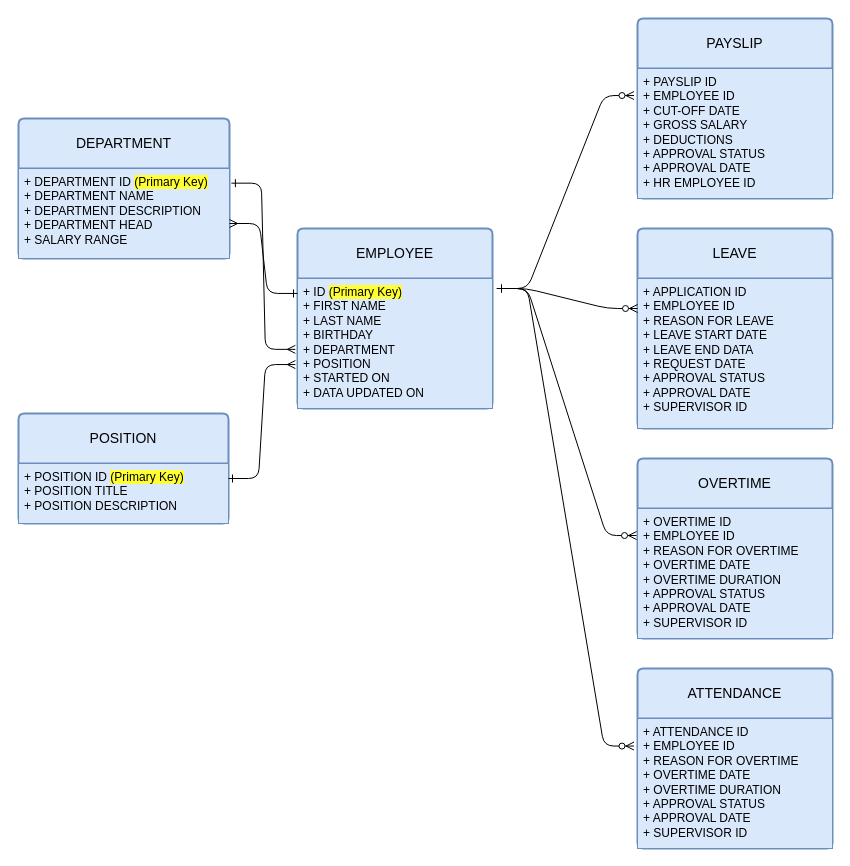
Above: MO-IT107-ERD.drawio in zephyrstorm123/MO-IT107-Worksheet3-ERD (draw.io), before the change. Source tidied: cells renumbered, new cells numbered last; positions are measured from the earlier drawing's top-left corner, leaving out a move shared by most shapes. Both pictures are drawn from the tidied source at 100%, with x=0, y=0 at pixel (-17, 18).
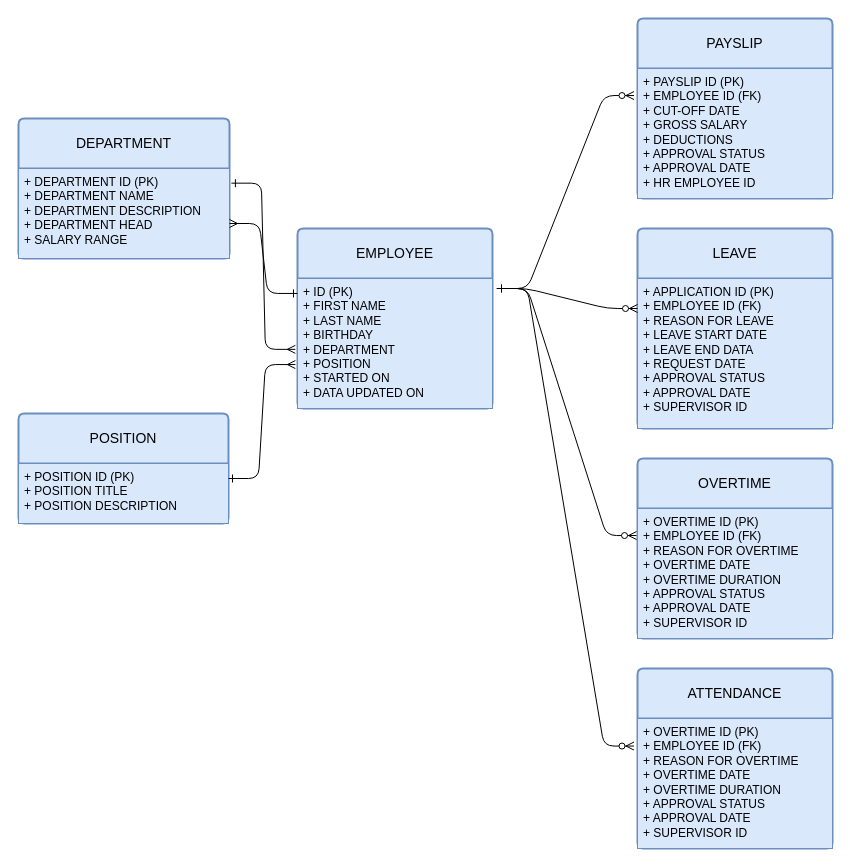
Above is the later version.

The change refers to these unchanged cells:
```xml
<mxCell id="2" value="EMPLOYEE" style="swimlane;horizontal=1;startSize=50;rounded=1;fontSize=14;fontStyle=0;strokeWidth=2;shadow=0;dashed=0;align=center;arcSize=4;whiteSpace=wrap;html=1;fillColor=#dae8fc;strokeColor=#6c8ebf;" parent="1" vertex="1">
  <mxGeometry x="314" y="210" width="195" height="180" as="geometry" />
</mxCell>
<mxCell id="4" value="LEAVE" style="swimlane;horizontal=1;startSize=50;rounded=1;fontSize=14;fontStyle=0;strokeWidth=2;shadow=0;dashed=0;align=center;arcSize=4;whiteSpace=wrap;html=1;fillColor=#dae8fc;strokeColor=#6c8ebf;" parent="1" vertex="1">
  <mxGeometry x="654" y="210" width="195" height="200" as="geometry" />
</mxCell>
<mxCell id="6" value="PAYSLIP" style="swimlane;horizontal=1;startSize=50;rounded=1;fontSize=14;fontStyle=0;strokeWidth=2;shadow=0;dashed=0;align=center;arcSize=4;whiteSpace=wrap;html=1;fillColor=#dae8fc;strokeColor=#6c8ebf;" parent="1" vertex="1">
  <mxGeometry x="654" width="195" height="180" as="geometry" />
</mxCell>
<mxCell id="9" value="OVERTIME" style="swimlane;horizontal=1;startSize=50;rounded=1;fontSize=14;fontStyle=0;strokeWidth=2;shadow=0;dashed=0;align=center;arcSize=4;whiteSpace=wrap;html=1;fillColor=#dae8fc;strokeColor=#6c8ebf;" parent="1" vertex="1">
  <mxGeometry x="654" y="440" width="195" height="180" as="geometry" />
</mxCell>
<mxCell id="11" value="POSITION" style="swimlane;horizontal=1;startSize=50;rounded=1;fontSize=14;fontStyle=0;strokeWidth=2;shadow=0;dashed=0;align=center;arcSize=4;whiteSpace=wrap;html=1;fillColor=#dae8fc;strokeColor=#6c8ebf;" parent="1" vertex="1">
  <mxGeometry x="35" y="395" width="210" height="110" as="geometry" />
</mxCell>
<mxCell id="15" value="DEPARTMENT" style="swimlane;horizontal=1;startSize=50;rounded=1;fontSize=14;fontStyle=0;strokeWidth=2;shadow=0;dashed=0;align=center;arcSize=4;whiteSpace=wrap;html=1;fillColor=#dae8fc;strokeColor=#6c8ebf;" parent="1" vertex="1">
  <mxGeometry x="35" y="100" width="211" height="140" as="geometry" />
</mxCell>
<mxCell id="20" value="ATTENDANCE" style="swimlane;horizontal=1;startSize=50;rounded=1;fontSize=14;fontStyle=0;strokeWidth=2;shadow=0;dashed=0;align=center;arcSize=4;whiteSpace=wrap;html=1;fillColor=#dae8fc;strokeColor=#6c8ebf;" parent="1" vertex="1">
  <mxGeometry x="654" y="650" width="195" height="180" as="geometry" />
</mxCell>
```

What changed in the source:
```diff
@@
-    <mxCell id="3" value="+ ID &lt;span style=&quot;background-color: rgb(255, 255, 51);&quot;&gt;(Primary Key)&lt;/span&gt;&lt;br&gt;+ FIRST NAME&lt;br&gt;+ LAST NAME&lt;br&gt;+ BIRTHDAY&lt;br&gt;+ DEPARTMENT&lt;br&gt;+ POSITION&lt;br&gt;+ STARTED ON&lt;br&gt;+ DATA UPDATED ON" style="align=left;strokeColor=#6c8ebf;fillColor=#dae8fc;spacingLeft=4;fontSize=12;verticalAlign=top;html=1;" parent="2" vertex="1">
+    <mxCell id="3" value="+ ID (PK)&lt;br&gt;+ FIRST NAME&lt;br&gt;+ LAST NAME&lt;br&gt;+ BIRTHDAY&lt;br&gt;+ DEPARTMENT&lt;br&gt;+ POSITION&lt;br&gt;+ STARTED ON&lt;br&gt;+ DATA UPDATED ON" style="align=left;strokeColor=#6c8ebf;fillColor=#dae8fc;spacingLeft=4;fontSize=12;verticalAlign=top;html=1;" parent="2" vertex="1">
       <mxGeometry y="50" width="195" height="130" as="geometry" />
     </mxCell>
@@
-    <mxCell id="5" value="+ APPLICATION ID&lt;br&gt;+ EMPLOYEE ID&lt;br&gt;+ REASON FOR LEAVE&lt;br&gt;+ LEAVE START DATE&lt;br&gt;+ LEAVE END DATA&lt;br&gt;+ REQUEST DATE&lt;br&gt;+ APPROVAL STATUS&lt;br&gt;+ APPROVAL DATE&lt;br&gt;+ SUPERVISOR ID" style="align=left;strokeColor=#6c8ebf;fillColor=#dae8fc;spacingLeft=4;fontSize=12;verticalAlign=top;html=1;" parent="4" vertex="1">
+    <mxCell id="5" value="+ APPLICATION ID (PK)&lt;br&gt;+ EMPLOYEE ID (FK)&lt;br&gt;+ REASON FOR LEAVE&lt;br&gt;+ LEAVE START DATE&lt;br&gt;+ LEAVE END DATA&lt;br&gt;+ REQUEST DATE&lt;br&gt;+ APPROVAL STATUS&lt;br&gt;+ APPROVAL DATE&lt;br&gt;+ SUPERVISOR ID" style="align=left;strokeColor=#6c8ebf;fillColor=#dae8fc;spacingLeft=4;fontSize=12;verticalAlign=top;html=1;" parent="4" vertex="1">
       <mxGeometry y="50" width="195" height="150" as="geometry" />
     </mxCell>
@@
-    <mxCell id="7" value="+ PAYSLIP ID&lt;br&gt;+ EMPLOYEE ID&lt;br&gt;+ CUT-OFF DATE&lt;br&gt;+ GROSS SALARY&lt;br&gt;+ DEDUCTIONS&lt;br&gt;+ APPROVAL STATUS&lt;br&gt;+ APPROVAL DATE&lt;br&gt;+ HR EMPLOYEE ID" style="align=left;strokeColor=#6c8ebf;fillColor=#dae8fc;spacingLeft=4;fontSize=12;verticalAlign=top;html=1;" parent="6" vertex="1">
+    <mxCell id="7" value="+ PAYSLIP ID (PK)&lt;br&gt;+ EMPLOYEE ID (FK)&lt;br&gt;+ CUT-OFF DATE&lt;br&gt;+ GROSS SALARY&lt;br&gt;+ DEDUCTIONS&lt;br&gt;+ APPROVAL STATUS&lt;br&gt;+ APPROVAL DATE&lt;br&gt;+ HR EMPLOYEE ID" style="align=left;strokeColor=#6c8ebf;fillColor=#dae8fc;spacingLeft=4;fontSize=12;verticalAlign=top;html=1;" parent="6" vertex="1">
       <mxGeometry y="50" width="195" height="130" as="geometry" />
     </mxCell>
@@
-    <mxCell id="10" value="+ OVERTIME ID&lt;br style=&quot;border-color: var(--border-color);&quot;&gt;+ EMPLOYEE ID&lt;br style=&quot;border-color: var(--border-color);&quot;&gt;+ REASON FOR OVERTIME&lt;br style=&quot;border-color: var(--border-color);&quot;&gt;+ OVERTIME DATE&lt;br style=&quot;border-color: var(--border-color);&quot;&gt;+ OVERTIME DURATION&lt;br style=&quot;border-color: var(--border-color);&quot;&gt;+ APPROVAL STATUS&lt;br&gt;+ APPROVAL DATE&lt;br style=&quot;border-color: var(--border-color);&quot;&gt;+ SUPERVISOR ID" style="align=left;strokeColor=#6c8ebf;fillColor=#dae8fc;spacingLeft=4;fontSize=12;verticalAlign=top;html=1;" parent="9" vertex="1">
+    <mxCell id="10" value="+ OVERTIME ID (PK)&lt;br style=&quot;border-color: var(--border-color);&quot;&gt;+ EMPLOYEE ID (FK)&lt;br style=&quot;border-color: var(--border-color);&quot;&gt;+ REASON FOR OVERTIME&lt;br style=&quot;border-color: var(--border-color);&quot;&gt;+ OVERTIME DATE&lt;br style=&quot;border-color: var(--border-color);&quot;&gt;+ OVERTIME DURATION&lt;br style=&quot;border-color: var(--border-color);&quot;&gt;+ APPROVAL STATUS&lt;br&gt;+ APPROVAL DATE&lt;br style=&quot;border-color: var(--border-color);&quot;&gt;+ SUPERVISOR ID" style="align=left;strokeColor=#6c8ebf;fillColor=#dae8fc;spacingLeft=4;fontSize=12;verticalAlign=top;html=1;" parent="9" vertex="1">
       <mxGeometry y="50" width="195" height="130" as="geometry" />
     </mxCell>
@@
-    <mxCell id="12" value="+ POSITION ID &lt;span style=&quot;background-color: rgb(255, 255, 51);&quot;&gt;(Primary Key)&lt;/span&gt;&lt;br&gt;+ POSITION TITLE&lt;br&gt;+ POSITION DESCRIPTION" style="align=left;strokeColor=#6c8ebf;fillColor=#dae8fc;spacingLeft=4;fontSize=12;verticalAlign=top;html=1;" parent="11" vertex="1">
+    <mxCell id="12" value="+ POSITION ID (PK)&lt;br&gt;+ POSITION TITLE&lt;br&gt;+ POSITION DESCRIPTION" style="align=left;strokeColor=#6c8ebf;fillColor=#dae8fc;spacingLeft=4;fontSize=12;verticalAlign=top;html=1;" parent="11" vertex="1">
       <mxGeometry y="50" width="210" height="60" as="geometry" />
     </mxCell>
@@
-    <mxCell id="16" value="+ DEPARTMENT ID&amp;nbsp;&lt;span style=&quot;background-color: rgb(255, 255, 51);&quot;&gt;(Primary Key)&lt;/span&gt;&lt;br&gt;+ DEPARTMENT NAME&lt;br&gt;+ DEPARTMENT DESCRIPTION&lt;br&gt;+ DEPARTMENT HEAD&lt;br&gt;+ SALARY RANGE" style="align=left;strokeColor=#6c8ebf;fillColor=#dae8fc;spacingLeft=4;fontSize=12;verticalAlign=top;html=1;" parent="15" vertex="1">
+    <mxCell id="16" value="+ DEPARTMENT ID (PK)&lt;br&gt;+ DEPARTMENT NAME&lt;br&gt;+ DEPARTMENT DESCRIPTION&lt;br&gt;+ DEPARTMENT HEAD&lt;br&gt;+ SALARY RANGE" style="align=left;strokeColor=#6c8ebf;fillColor=#dae8fc;spacingLeft=4;fontSize=12;verticalAlign=top;html=1;" parent="15" vertex="1">
       <mxGeometry y="50" width="211" height="90" as="geometry" />
     </mxCell>
@@
-    <mxCell id="21" value="+ ATTENDANCE ID&lt;br style=&quot;border-color: var(--border-color);&quot;&gt;+ EMPLOYEE ID&lt;br style=&quot;border-color: var(--border-color);&quot;&gt;+ REASON FOR OVERTIME&lt;br style=&quot;border-color: var(--border-color);&quot;&gt;+ OVERTIME DATE&lt;br style=&quot;border-color: var(--border-color);&quot;&gt;+ OVERTIME DURATION&lt;br style=&quot;border-color: var(--border-color);&quot;&gt;+ APPROVAL STATUS&lt;br&gt;+ APPROVAL DATE&lt;br style=&quot;border-color: var(--border-color);&quot;&gt;+ SUPERVISOR ID" style="align=left;strokeColor=#6c8ebf;fillColor=#dae8fc;spacingLeft=4;fontSize=12;verticalAlign=top;html=1;" parent="20" vertex="1">
+    <mxCell id="21" value="+ OVERTIME ID (PK)&lt;br style=&quot;border-color: var(--border-color);&quot;&gt;+ EMPLOYEE ID (FK)&lt;br style=&quot;border-color: var(--border-color);&quot;&gt;+ REASON FOR OVERTIME&lt;br style=&quot;border-color: var(--border-color);&quot;&gt;+ OVERTIME DATE&lt;br style=&quot;border-color: var(--border-color);&quot;&gt;+ OVERTIME DURATION&lt;br style=&quot;border-color: var(--border-color);&quot;&gt;+ APPROVAL STATUS&lt;br&gt;+ APPROVAL DATE&lt;br style=&quot;border-color: var(--border-color);&quot;&gt;+ SUPERVISOR ID" style="align=left;strokeColor=#6c8ebf;fillColor=#dae8fc;spacingLeft=4;fontSize=12;verticalAlign=top;html=1;" parent="20" vertex="1">
       <mxGeometry y="50" width="195" height="130" as="geometry" />
     </mxCell>
```
